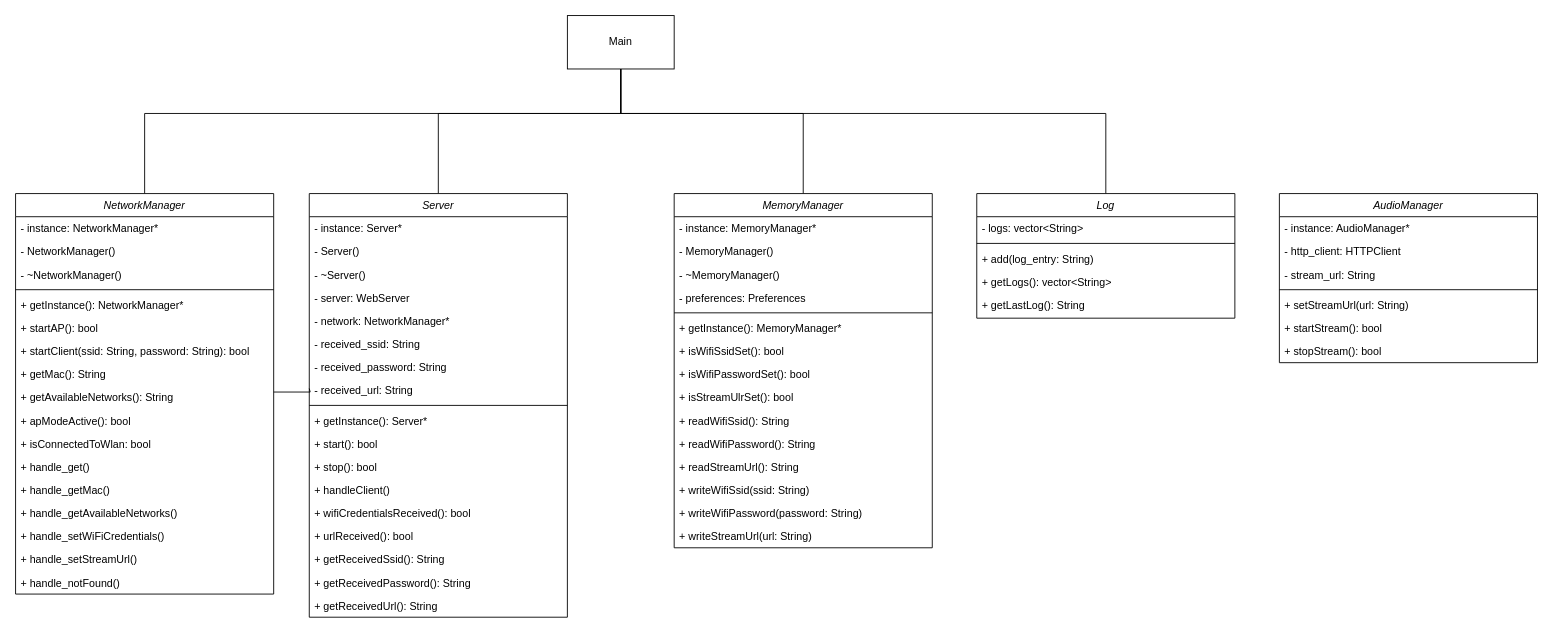
nicolang-dev/DA_Lang-Immler keeps this draw.io diagram as Dokumente/Microcontroller_UML.drawio. Above is the earlier version. Source tidied: cells renumbered, new cells numbered last; positions are measured from the earlier drawing's top-left corner, leaving out a move shared by most shapes. Both pictures are drawn from the tidied source at 89%, with x=0, y=0 at pixel (15, 15).
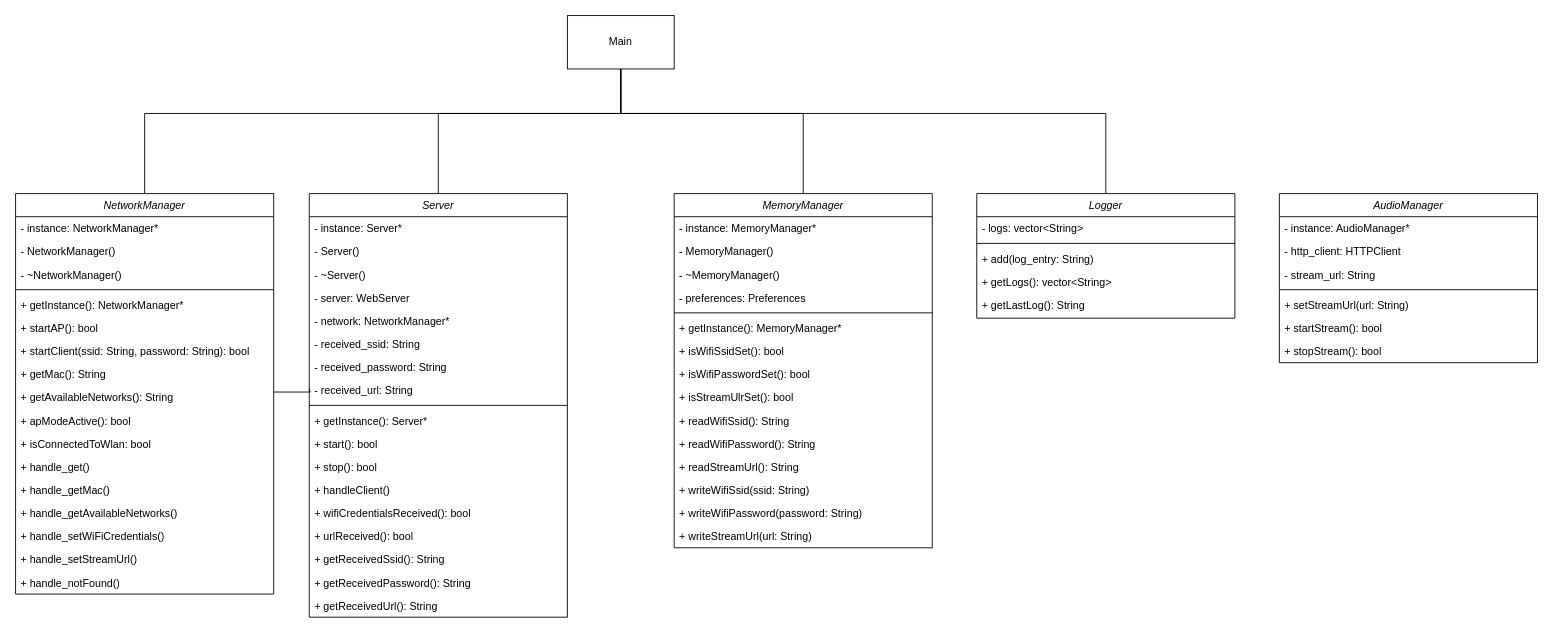
Above is the later version.

What changed in the source:
```diff
@@
-    <mxCell id="60" value="Log" style="swimlane;fontStyle=2;align=center;verticalAlign=top;horizontal=1;startSize=26;rounded=0;shadow=0;strokeWidth=1;labelBackgroundColor=none;" parent="1" vertex="1">
+    <mxCell id="60" value="Logger" style="swimlane;fontStyle=2;align=center;verticalAlign=top;horizontal=1;startSize=26;rounded=0;shadow=0;strokeWidth=1;labelBackgroundColor=none;" parent="1" vertex="1">
       <mxGeometry x="1080" y="200" width="290" height="140" as="geometry" />
     </mxCell>
```
